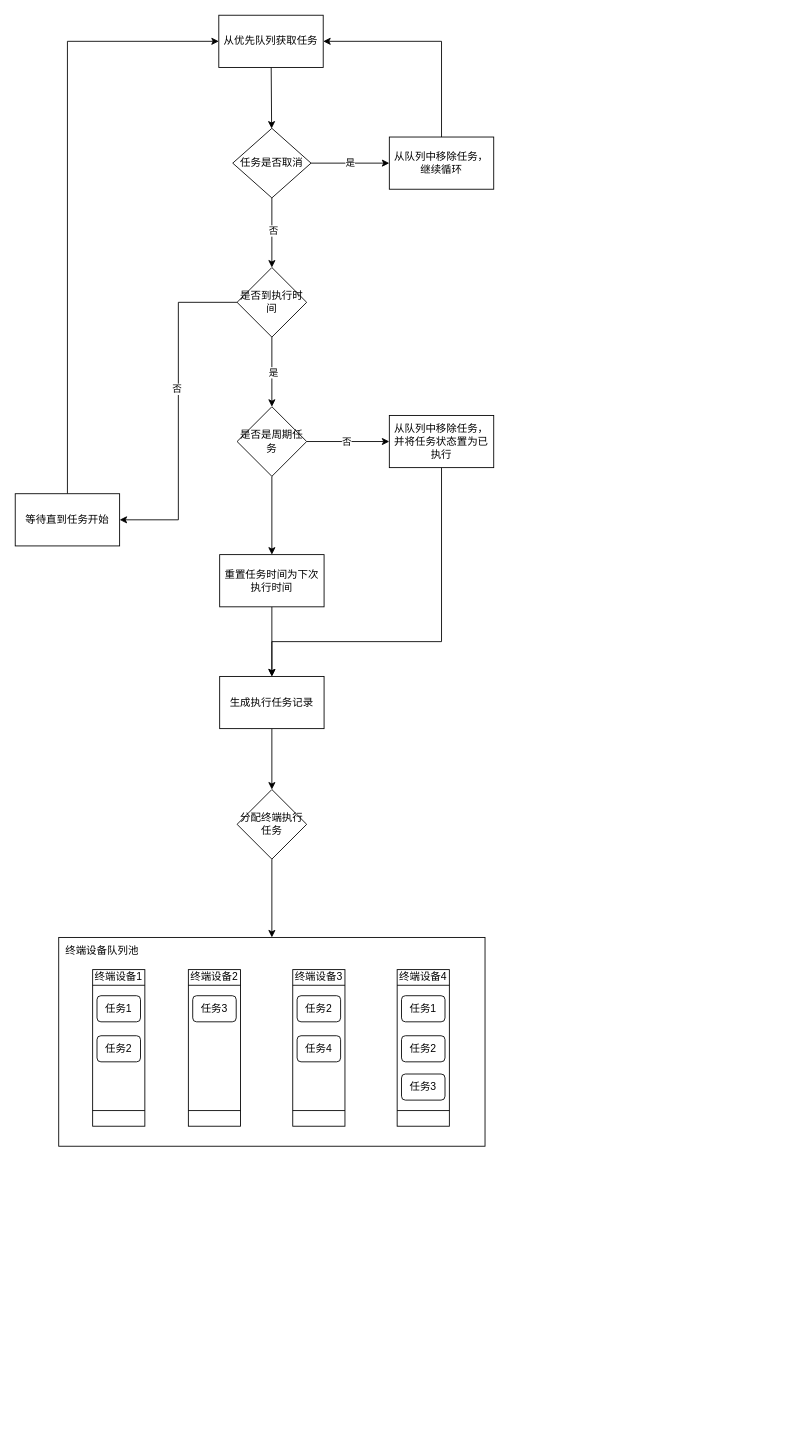
Above: 任务调度.drawio in wangyufei0807/draw (draw.io), before the change. Source tidied: cells renumbered, new cells numbered last; positions are measured from the earlier drawing's top-left corner, leaving out a move shared by most shapes. Both pictures are drawn from the tidied source at 87%, with x=0, y=0 at pixel (15, 15).
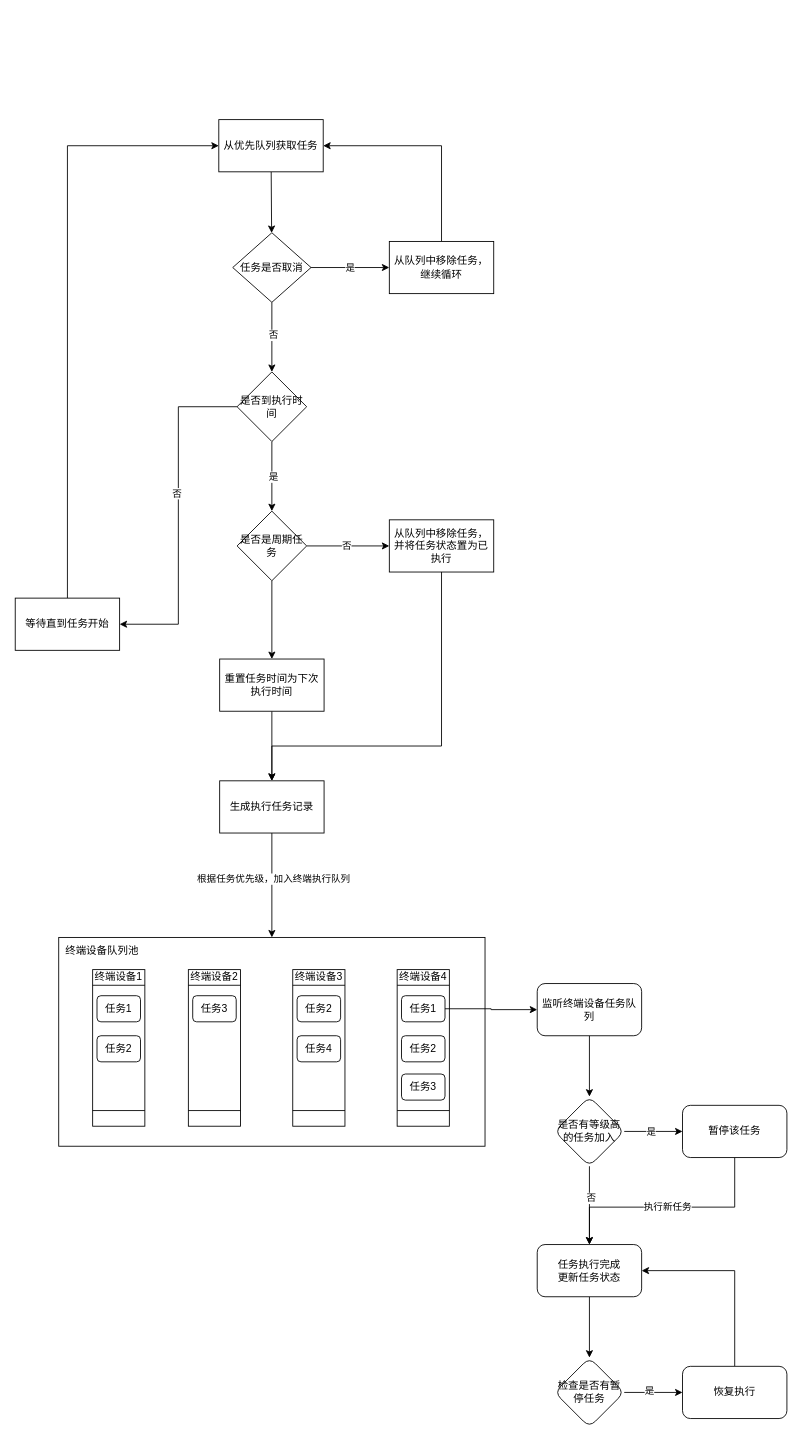
The same diagram, later.

Commit message:
更新任务调度.drawio

Unchanged cells that the change refers to:
```xml
<mxCell id="29" style="whiteSpace=wrap;html=1;rounded=0;" parent="1" vertex="1">
  <mxGeometry x="50" y="1060" width="490" height="240" as="geometry" />
</mxCell>
<mxCell id="43" value="任务1" style="rounded=1;whiteSpace=wrap;html=1;" parent="1" vertex="1">
  <mxGeometry x="444" y="1127" width="50" height="30" as="geometry" />
</mxCell>
```

What changed in the source:
```diff
@@
     <mxCell id="3" value="从优先队列获取任务" style="rounded=0;whiteSpace=wrap;html=1;" parent="1" vertex="1">
-      <mxGeometry x="234" width="120" height="60" as="geometry" />
+      <mxGeometry x="234" y="120" width="120" height="60" as="geometry" />
     </mxCell>
@@
     <mxCell id="7" value="任务是否取消" style="rhombus;whiteSpace=wrap;html=1;rounded=0;" parent="1" vertex="1">
-      <mxGeometry x="250" y="130" width="90" height="80" as="geometry" />
+      <mxGeometry x="250" y="250" width="90" height="80" as="geometry" />
     </mxCell>
     <mxCell id="8" style="edgeStyle=orthogonalEdgeStyle;rounded=0;jettySize=auto;html=1;exitX=0.5;exitY=0;exitDx=0;exitDy=0;" parent="1" edge="1" source="9" target="3">
       <mxGeometry relative="1" as="geometry">
         <Array as="points">
-          <mxPoint x="490" y="30" />
+          <mxPoint x="490" y="150" />
         </Array>
       </mxGeometry>
     </mxCell>
     <mxCell id="9" value="从队列中移除任务，继续循环" style="whiteSpace=wrap;html=1;rounded=0;" parent="1" vertex="1">
-      <mxGeometry x="430" y="140" width="120" height="60" as="geometry" />
+      <mxGeometry x="430" y="260" width="120" height="60" as="geometry" />
     </mxCell>
@@
     <mxCell id="14" value="是否到执行时间" style="rhombus;whiteSpace=wrap;html=1;rounded=0;" parent="1" vertex="1">
-      <mxGeometry x="255" y="290" width="80" height="80" as="geometry" />
+      <mxGeometry x="255" y="410" width="80" height="80" as="geometry" />
     </mxCell>
@@
     <mxCell id="18" value="是否是周期任务" style="rhombus;whiteSpace=wrap;html=1;rounded=0;" parent="1" vertex="1">
-      <mxGeometry x="255" y="450" width="80" height="80" as="geometry" />
+      <mxGeometry x="255" y="570" width="80" height="80" as="geometry" />
     </mxCell>
@@
     <mxCell id="20" value="等待直到任务开始" style="whiteSpace=wrap;html=1;rounded=0;" parent="1" vertex="1">
-      <mxGeometry y="550" width="120" height="60" as="geometry" />
+      <mxGeometry y="670" width="120" height="60" as="geometry" />
     </mxCell>
     <mxCell id="21" style="edgeStyle=orthogonalEdgeStyle;rounded=0;jettySize=auto;html=1;exitX=0.5;exitY=1;exitDx=0;exitDy=0;entryX=0.5;entryY=0;entryDx=0;entryDy=0;" parent="1" edge="1" source="22" target="26">
       <mxGeometry relative="1" as="geometry">
         <Array as="points">
-          <mxPoint x="490" y="720" />
-          <mxPoint x="295" y="720" />
+          <mxPoint x="490" y="840" />
+          <mxPoint x="295" y="840" />
         </Array>
       </mxGeometry>
     </mxCell>
     <mxCell id="22" value="从队列中移除任务，并将任务状态置为已执行" style="whiteSpace=wrap;html=1;rounded=0;" parent="1" vertex="1">
-      <mxGeometry x="430" y="460" width="120" height="60" as="geometry" />
+      <mxGeometry x="430" y="580" width="120" height="60" as="geometry" />
     </mxCell>
@@
     <mxCell id="24" value="重置任务时间为下次执行时间" style="whiteSpace=wrap;html=1;rounded=0;" parent="1" vertex="1">
-      <mxGeometry x="235" y="620" width="120" height="60" as="geometry" />
+      <mxGeometry x="235" y="740" width="120" height="60" as="geometry" />
     </mxCell>
-    <mxCell id="25" style="edgeStyle=orthogonalEdgeStyle;rounded=0;jettySize=auto;html=1;" parent="1" edge="1" source="26" target="28">
+    <mxCell id="25" style="edgeStyle=orthogonalEdgeStyle;rounded=0;jettySize=auto;html=1;" parent="1" edge="1" source="26" target="29">
       <mxGeometry relative="1" as="geometry" />
     </mxCell>
+    <mxCell id="47" value="根据任务优先级，加入终端执行队列" style="edgeLabel;html=1;align=center;verticalAlign=middle;" parent="25" vertex="1">
+      <mxGeometry x="-0.14" y="1" relative="1" as="geometry" />
+    </mxCell>
     <mxCell id="26" value="生成执行任务记录" style="whiteSpace=wrap;html=1;rounded=0;" parent="1" vertex="1">
-      <mxGeometry x="235" y="760" width="120" height="60" as="geometry" />
+      <mxGeometry x="235" y="880" width="120" height="60" as="geometry" />
     </mxCell>
-    <mxCell id="27" style="edgeStyle=orthogonalEdgeStyle;rounded=0;jettySize=auto;html=1;" parent="1" edge="1" source="28" target="29">
-      <mxGeometry relative="1" as="geometry" />
-    </mxCell>
-    <mxCell id="28" value="分配终端执行任务" style="rhombus;whiteSpace=wrap;html=1;rounded=0;" parent="1" vertex="1">
-      <mxGeometry x="255" y="890" width="80" height="80" as="geometry" />
-    </mxCell>
@@
+    <mxCell id="48" style="edgeStyle=orthogonalEdgeStyle;rounded=0;jettySize=auto;html=1;" parent="1" edge="1" source="43" target="50">
+      <mxGeometry relative="1" as="geometry" />
+    </mxCell>
@@
+    <mxCell id="49" style="edgeStyle=orthogonalEdgeStyle;rounded=0;jettySize=auto;html=1;" parent="1" edge="1" source="50" target="55">
+      <mxGeometry relative="1" as="geometry" />
+    </mxCell>
+    <mxCell id="50" value="监听终端设备任务队列" style="whiteSpace=wrap;html=1;rounded=1;" parent="1" vertex="1">
+      <mxGeometry x="600" y="1113" width="120" height="60" as="geometry" />
+    </mxCell>
+    <mxCell id="51" style="edgeStyle=orthogonalEdgeStyle;rounded=0;jettySize=auto;html=1;" parent="1" edge="1" source="55" target="57">
+      <mxGeometry relative="1" as="geometry" />
+    </mxCell>
+    <mxCell id="52" value="否" style="edgeLabel;html=1;align=center;verticalAlign=middle;" parent="51" vertex="1">
+      <mxGeometry x="-0.21" y="1" relative="1" as="geometry" />
+    </mxCell>
+    <mxCell id="53" style="edgeStyle=orthogonalEdgeStyle;rounded=0;jettySize=auto;html=1;" parent="1" edge="1" source="55" target="59">
+      <mxGeometry relative="1" as="geometry" />
+    </mxCell>
+    <mxCell id="54" value="是" style="edgeLabel;html=1;align=center;verticalAlign=middle;" parent="53" vertex="1">
+      <mxGeometry x="-0.1" relative="1" as="geometry" />
+    </mxCell>
+    <mxCell id="55" value="是否有等级高的任务加入" style="rhombus;whiteSpace=wrap;html=1;rounded=1;" parent="1" vertex="1">
+      <mxGeometry x="620" y="1243" width="80" height="80" as="geometry" />
+    </mxCell>
+    <mxCell id="56" style="edgeStyle=orthogonalEdgeStyle;rounded=0;jettySize=auto;html=1;" parent="1" edge="1" source="57" target="62">
+      <mxGeometry relative="1" as="geometry" />
+    </mxCell>
+    <mxCell id="57" value="任务执行完成&lt;br&gt;更新任务状态" style="whiteSpace=wrap;html=1;rounded=1;" parent="1" vertex="1">
+      <mxGeometry x="600" y="1413" width="120" height="60" as="geometry" />
+    </mxCell>
+    <mxCell id="58" value="执行新任务" style="edgeStyle=orthogonalEdgeStyle;rounded=0;jettySize=auto;html=1;exitX=0.5;exitY=1;exitDx=0;exitDy=0;entryX=0.5;entryY=0;entryDx=0;entryDy=0;" parent="1" edge="1" source="59" target="57">
+      <mxGeometry relative="1" as="geometry">
+        <Array as="points">
+          <mxPoint x="827" y="1370" />
+          <mxPoint x="660" y="1370" />
+        </Array>
+      </mxGeometry>
+    </mxCell>
+    <mxCell id="59" value="暂停该任务" style="whiteSpace=wrap;html=1;rounded=1;" parent="1" vertex="1">
+      <mxGeometry x="767" y="1253" width="120" height="60" as="geometry" />
+    </mxCell>
+    <mxCell id="60" style="edgeStyle=orthogonalEdgeStyle;rounded=0;jettySize=auto;html=1;" parent="1" edge="1" source="62" target="64">
+      <mxGeometry relative="1" as="geometry" />
+    </mxCell>
+    <mxCell id="61" value="是" style="edgeLabel;html=1;align=center;verticalAlign=middle;" parent="60" vertex="1">
+      <mxGeometry x="-0.15" y="3" relative="1" as="geometry" />
+    </mxCell>
+    <mxCell id="62" value="检查是否有暂停任务" style="rhombus;whiteSpace=wrap;html=1;rounded=1;" parent="1" vertex="1">
+      <mxGeometry x="620" y="1543" width="80" height="80" as="geometry" />
+    </mxCell>
+    <mxCell id="63" style="edgeStyle=orthogonalEdgeStyle;rounded=0;jettySize=auto;html=1;exitX=0.5;exitY=0;exitDx=0;exitDy=0;entryX=1;entryY=0.5;entryDx=0;entryDy=0;" parent="1" edge="1" source="64" target="57">
+      <mxGeometry relative="1" as="geometry" />
+    </mxCell>
+    <mxCell id="64" value="恢复执行" style="whiteSpace=wrap;html=1;rounded=1;" parent="1" vertex="1">
+      <mxGeometry x="767" y="1553" width="120" height="60" as="geometry" />
+    </mxCell>
```
